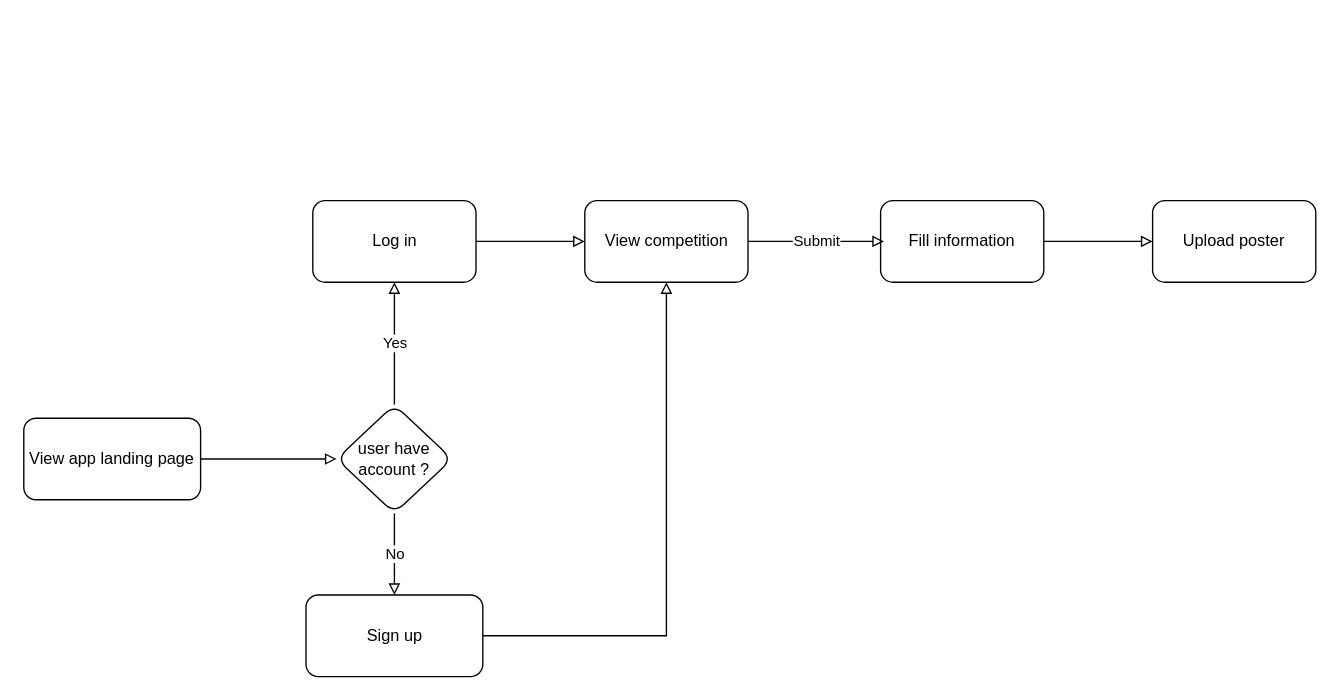
Before: page "Attendee submit" (2 of 11) of Task flow.drawio in supagon/test, a draw.io diagram. Source tidied: cells renumbered, new cells numbered last; positions are measured from the earlier drawing's top-left corner, leaving out a move shared by most shapes. Both pictures are drawn from the tidied source at 136%, with x=0, y=0 at pixel (23, 200).
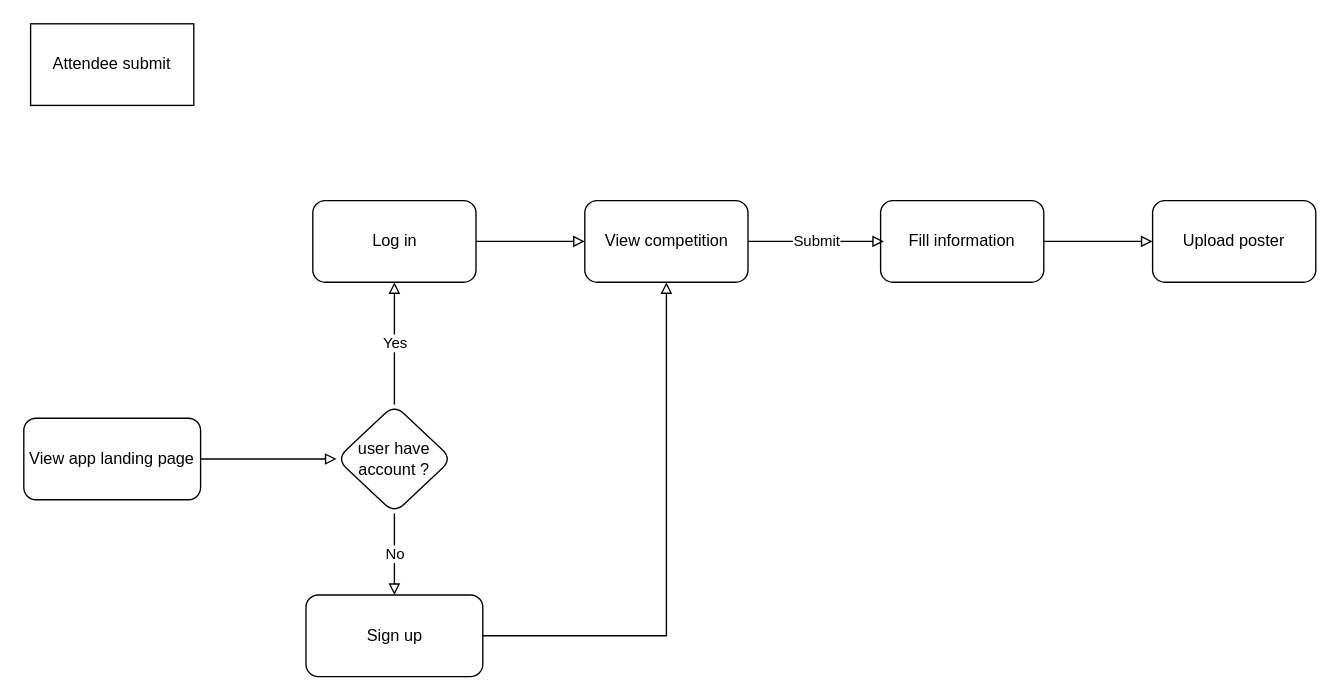
After the change.

The edit, as a diff of the source:
```diff
@@
 <mxGraphModel>
   <root>
     <mxCell id="0" />
     <mxCell id="1" parent="0" />
     <mxCell id="2" style="edgeStyle=orthogonalEdgeStyle;rounded=0;jettySize=auto;html=1;endArrow=block;endFill=0;" parent="1" edge="1" source="3" target="10">
       <mxGeometry relative="1" as="geometry" />
     </mxCell>
     <mxCell id="3" value="View app landing page" style="rounded=1;whiteSpace=wrap;html=1;fontSize=12;glass=0;strokeWidth=1;shadow=0;" parent="1" vertex="1">
       <mxGeometry y="160" width="130" height="60" as="geometry" />
     </mxCell>
     <mxCell id="4" style="edgeStyle=orthogonalEdgeStyle;rounded=0;jettySize=auto;html=1;exitX=1;exitY=0.5;exitDx=0;exitDy=0;entryX=0.5;entryY=1;entryDx=0;entryDy=0;endArrow=block;endFill=0;" parent="1" edge="1" source="5" target="14">
       <mxGeometry relative="1" as="geometry" />
     </mxCell>
     <mxCell id="5" value="Sign up" style="rounded=1;whiteSpace=wrap;html=1;" parent="1" vertex="1">
       <mxGeometry x="207.5" y="290" width="130" height="60" as="geometry" />
     </mxCell>
     <mxCell id="6" style="edgeStyle=orthogonalEdgeStyle;rounded=0;jettySize=auto;html=1;endArrow=block;endFill=0;" parent="1" edge="1" source="7" target="15">
       <mxGeometry relative="1" as="geometry" />
     </mxCell>
     <mxCell id="7" value="Fill information" style="whiteSpace=wrap;html=1;rounded=1;" parent="1" vertex="1">
       <mxGeometry x="630" width="120" height="60" as="geometry" />
     </mxCell>
     <mxCell id="8" value="No" style="edgeStyle=orthogonalEdgeStyle;rounded=0;jettySize=auto;html=1;exitX=0.5;exitY=1;exitDx=0;exitDy=0;entryX=0.5;entryY=0;entryDx=0;entryDy=0;endArrow=block;endFill=0;" parent="1" edge="1" source="10" target="5">
       <mxGeometry relative="1" as="geometry" />
     </mxCell>
     <mxCell id="9" value="Yes" style="edgeStyle=orthogonalEdgeStyle;rounded=0;jettySize=auto;html=1;endArrow=block;endFill=0;" parent="1" edge="1" source="10" target="12">
       <mxGeometry relative="1" as="geometry" />
     </mxCell>
     <mxCell id="10" value="user have account ?" style="rhombus;whiteSpace=wrap;html=1;rounded=1;glass=0;strokeWidth=1;shadow=0;" parent="1" vertex="1">
       <mxGeometry x="230" y="150" width="85" height="80" as="geometry" />
     </mxCell>
     <mxCell id="11" style="edgeStyle=orthogonalEdgeStyle;rounded=0;jettySize=auto;html=1;endArrow=block;endFill=0;" parent="1" edge="1" source="12" target="14">
       <mxGeometry relative="1" as="geometry" />
     </mxCell>
     <mxCell id="12" value="Log in" style="whiteSpace=wrap;html=1;rounded=1;glass=0;strokeWidth=1;shadow=0;" parent="1" vertex="1">
       <mxGeometry x="212.5" width="120" height="60" as="geometry" />
     </mxCell>
     <mxCell id="13" value="Submit" style="edgeStyle=orthogonalEdgeStyle;rounded=0;jettySize=auto;html=1;endArrow=block;endFill=0;" parent="1" edge="1" source="14">
       <mxGeometry relative="1" as="geometry">
         <mxPoint x="632.5" y="30" as="targetPoint" />
       </mxGeometry>
     </mxCell>
     <mxCell id="14" value="View competition" style="whiteSpace=wrap;html=1;rounded=1;glass=0;strokeWidth=1;shadow=0;" parent="1" vertex="1">
       <mxGeometry x="412.5" width="120" height="60" as="geometry" />
     </mxCell>
     <mxCell id="15" value="Upload poster" style="whiteSpace=wrap;html=1;rounded=1;" parent="1" vertex="1">
       <mxGeometry x="830" width="120" height="60" as="geometry" />
     </mxCell>
+    <mxCell id="16" value="Attendee submit" style="rounded=0;whiteSpace=wrap;html=1;" parent="1" vertex="1">
+      <mxGeometry x="5" y="-130" width="120" height="60" as="geometry" />
+    </mxCell>
   </root>
 </mxGraphModel>
```
